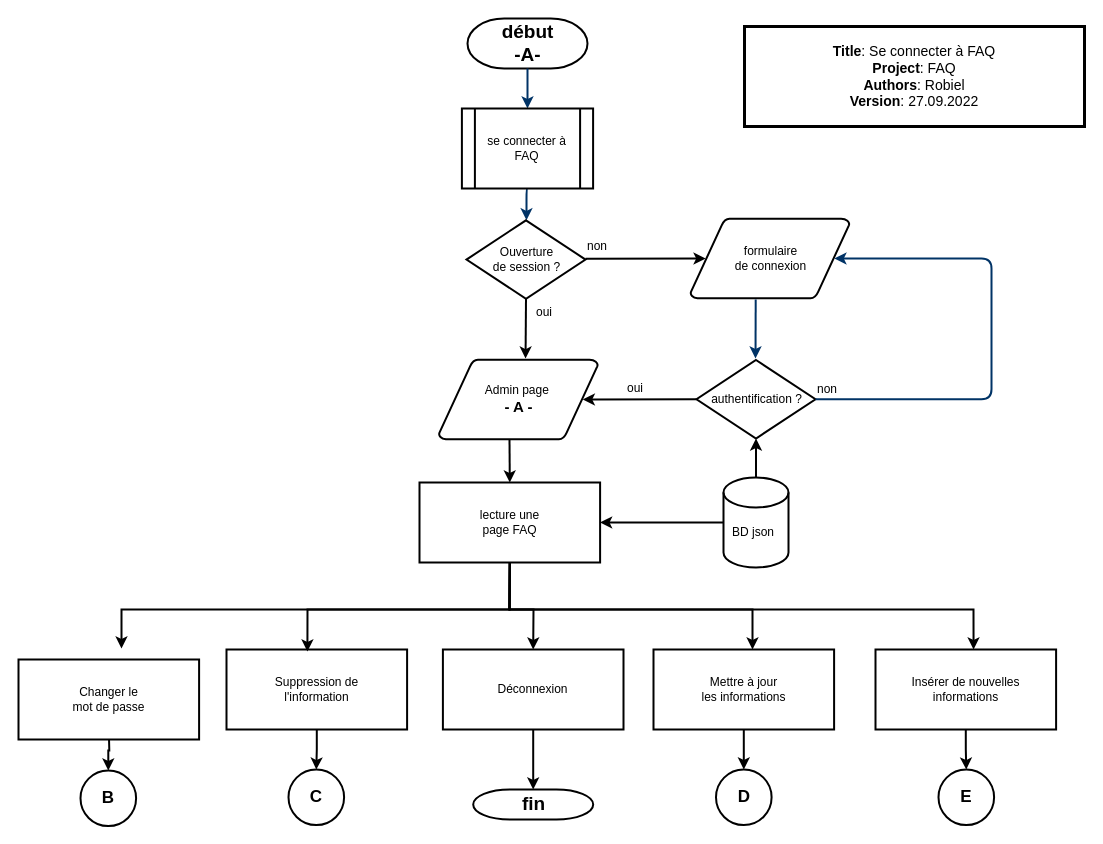
Before: document/se connecter a FAQ.drawio in robielTes/go_fvaj_faq, a draw.io diagram. Source tidied: cells renumbered, new cells numbered last; positions are measured from the earlier drawing's top-left corner, leaving out a move shared by most shapes. Both pictures are drawn from the tidied source at 100%, with x=0, y=0 at pixel (18, 18).
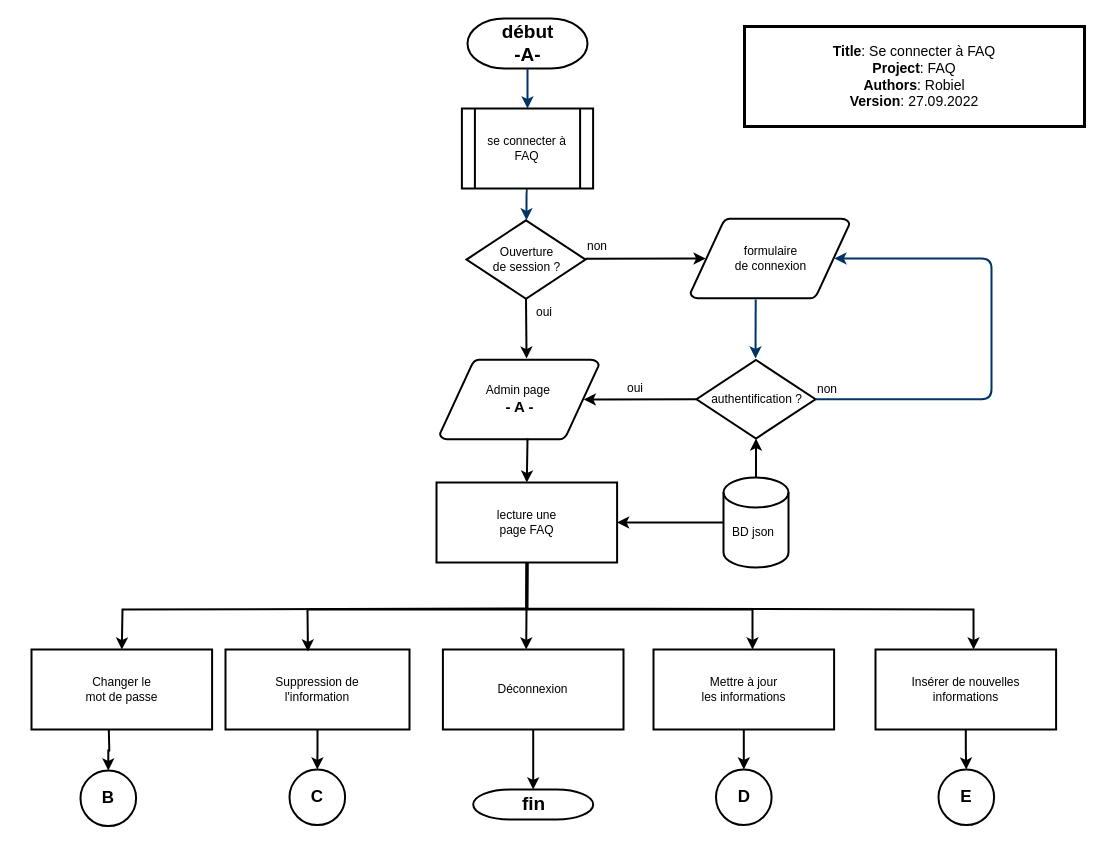
After the change.

The change refers to these unchanged cells:
```xml
<mxCell id="28" value="Déconnexion" style="rounded=0;whiteSpace=wrap;html=1;strokeWidth=2;" parent="1" vertex="1">
  <mxGeometry x="424.4" y="631" width="180.6" height="80" as="geometry" />
</mxCell>
<mxCell id="31" value="Insérer de nouvelles&lt;br&gt;informations" style="rounded=0;whiteSpace=wrap;html=1;strokeWidth=2;" parent="1" vertex="1">
  <mxGeometry x="857" y="631" width="180.6" height="80" as="geometry" />
</mxCell>
```

The edit, as a diff of the source:
```diff
@@
     <mxCell id="14" value="Admin page&amp;nbsp;&lt;br&gt;&lt;b&gt;&lt;font style=&quot;font-size: 15px;&quot;&gt;- A -&lt;/font&gt;&lt;/b&gt;" style="shape=mxgraph.flowchart.data;strokeWidth=2;gradientColor=none;gradientDirection=north;fontStyle=0;html=1;" parent="1" vertex="1">
-      <mxGeometry x="420.4" y="341" width="159" height="80" as="geometry" />
+      <mxGeometry x="421.4" y="341" width="159" height="80" as="geometry" />
     </mxCell>
@@
-    <mxCell id="17" style="endArrow=classic;html=1;rounded=0;entryX=0.5;entryY=0;entryDx=0;entryDy=0;strokeWidth=2;exitX=0.444;exitY=1;exitDx=0;exitDy=0;exitPerimeter=0;" parent="1" edge="1" source="14" target="29">
+    <mxCell id="17" style="endArrow=classic;html=1;rounded=0;entryX=0.5;entryY=0;entryDx=0;entryDy=0;strokeWidth=2;exitX=0.551;exitY=0.988;exitDx=0;exitDy=0;exitPerimeter=0;" parent="1" edge="1" source="14" target="29">
       <mxGeometry relative="1" as="geometry" />
     </mxCell>
@@
     <mxCell id="24" value="&lt;span style=&quot;&quot;&gt;Changer le&lt;/span&gt;&lt;br style=&quot;&quot;&gt;&lt;span style=&quot;&quot;&gt;mot de passe&lt;/span&gt;" style="rounded=0;whiteSpace=wrap;html=1;strokeWidth=2;" parent="1" vertex="1">
-      <mxGeometry y="641" width="180.6" height="80" as="geometry" />
+      <mxGeometry x="13" y="631" width="180.6" height="80" as="geometry" />
     </mxCell>
@@
     <mxCell id="26" value="&lt;span style=&quot;&quot;&gt;Suppression de&lt;/span&gt;&lt;br style=&quot;&quot;&gt;&lt;span style=&quot;&quot;&gt;l'information&lt;/span&gt;" style="rounded=0;whiteSpace=wrap;html=1;strokeWidth=2;" parent="1" vertex="1">
-      <mxGeometry x="208" y="631" width="180.6" height="80" as="geometry" />
+      <mxGeometry x="207" y="631" width="184" height="80" as="geometry" />
     </mxCell>
@@
     <mxCell id="29" value="&lt;span style=&quot;&quot;&gt;lecture une&lt;/span&gt;&lt;br style=&quot;&quot;&gt;&lt;span style=&quot;&quot;&gt;page FAQ&lt;/span&gt;" style="rounded=0;whiteSpace=wrap;html=1;strokeWidth=2;" parent="1" vertex="1">
-      <mxGeometry x="401" y="464" width="180.6" height="80" as="geometry" />
+      <mxGeometry x="418" y="464" width="180.6" height="80" as="geometry" />
     </mxCell>
@@
     <mxCell id="33" value="&lt;b&gt;&lt;font style=&quot;font-size: 17px;&quot;&gt;C&lt;/font&gt;&lt;/b&gt;" style="ellipse;whiteSpace=wrap;html=1;strokeWidth=2;" parent="1" vertex="1">
-      <mxGeometry x="270" y="751" width="55.6" height="55.6" as="geometry" />
+      <mxGeometry x="271" y="751" width="55.6" height="55.6" as="geometry" />
     </mxCell>
@@
     <mxCell id="40" style="endArrow=classic;html=1;rounded=0;strokeWidth=2;entryX=0.543;entryY=0;entryDx=0;entryDy=0;entryPerimeter=0;exitX=0.5;exitY=1;exitDx=0;exitDy=0;" parent="1" edge="1" source="29" target="31">
       <mxGeometry relative="1" as="geometry">
         <Array as="points">
-          <mxPoint x="491" y="591" />
+          <mxPoint x="508" y="590" />
           <mxPoint x="955" y="591" />
         </Array>
       </mxGeometry>
     </mxCell>
     <mxCell id="41" style="endArrow=classic;html=1;rounded=0;strokeWidth=2;exitX=0.5;exitY=1;exitDx=0;exitDy=0;" parent="1" edge="1" source="29">
       <mxGeometry relative="1" as="geometry">
         <mxPoint x="734" y="631" as="targetPoint" />
         <Array as="points">
-          <mxPoint x="491" y="591" />
+          <mxPoint x="508" y="591" />
           <mxPoint x="734" y="591" />
         </Array>
       </mxGeometry>
     </mxCell>
-    <mxCell id="42" style="endArrow=classic;html=1;rounded=0;strokeWidth=2;exitX=0.5;exitY=1;exitDx=0;exitDy=0;entryX=0.5;entryY=0;entryDx=0;entryDy=0;" parent="1" edge="1" source="29" target="28">
+    <mxCell id="42" style="endArrow=classic;html=1;rounded=0;strokeWidth=2;entryX=0.5;entryY=0;entryDx=0;entryDy=0;" parent="1" edge="1">
       <mxGeometry relative="1" as="geometry">
+        <mxPoint x="508" y="544" as="sourcePoint" />
+        <mxPoint x="507.7" y="631" as="targetPoint" />
         <Array as="points">
-          <mxPoint x="491" y="591" />
-          <mxPoint x="515" y="591" />
+          <mxPoint x="508" y="591" />
         </Array>
       </mxGeometry>
     </mxCell>
     <mxCell id="43" style="endArrow=classic;html=1;rounded=0;strokeWidth=2;exitX=0.5;exitY=1;exitDx=0;exitDy=0;entryX=0.448;entryY=0.025;entryDx=0;entryDy=0;entryPerimeter=0;" parent="1" edge="1" source="29" target="26">
       <mxGeometry relative="1" as="geometry">
         <Array as="points">
-          <mxPoint x="491" y="591" />
+          <mxPoint x="508" y="591" />
           <mxPoint x="289" y="591" />
         </Array>
       </mxGeometry>
     </mxCell>
-    <mxCell id="44" style="endArrow=classic;html=1;rounded=0;strokeWidth=2;exitX=0.5;exitY=1;exitDx=0;exitDy=0;entryX=0.57;entryY=-0.012;entryDx=0;entryDy=0;entryPerimeter=0;" parent="1" edge="1" source="29">
+    <mxCell id="44" style="endArrow=classic;html=1;rounded=0;strokeWidth=2;exitX=0.5;exitY=1;exitDx=0;exitDy=0;entryX=0.5;entryY=0;entryDx=0;entryDy=0;" parent="1" edge="1" target="24">
       <mxGeometry relative="1" as="geometry">
-        <mxPoint x="103" y="630" as="targetPoint" />
+        <mxPoint x="509.3" y="544" as="sourcePoint" />
         <Array as="points">
-          <mxPoint x="491" y="591" />
-          <mxPoint x="103" y="591" />
+          <mxPoint x="509" y="590" />
+          <mxPoint x="104" y="591" />
         </Array>
       </mxGeometry>
     </mxCell>
```
